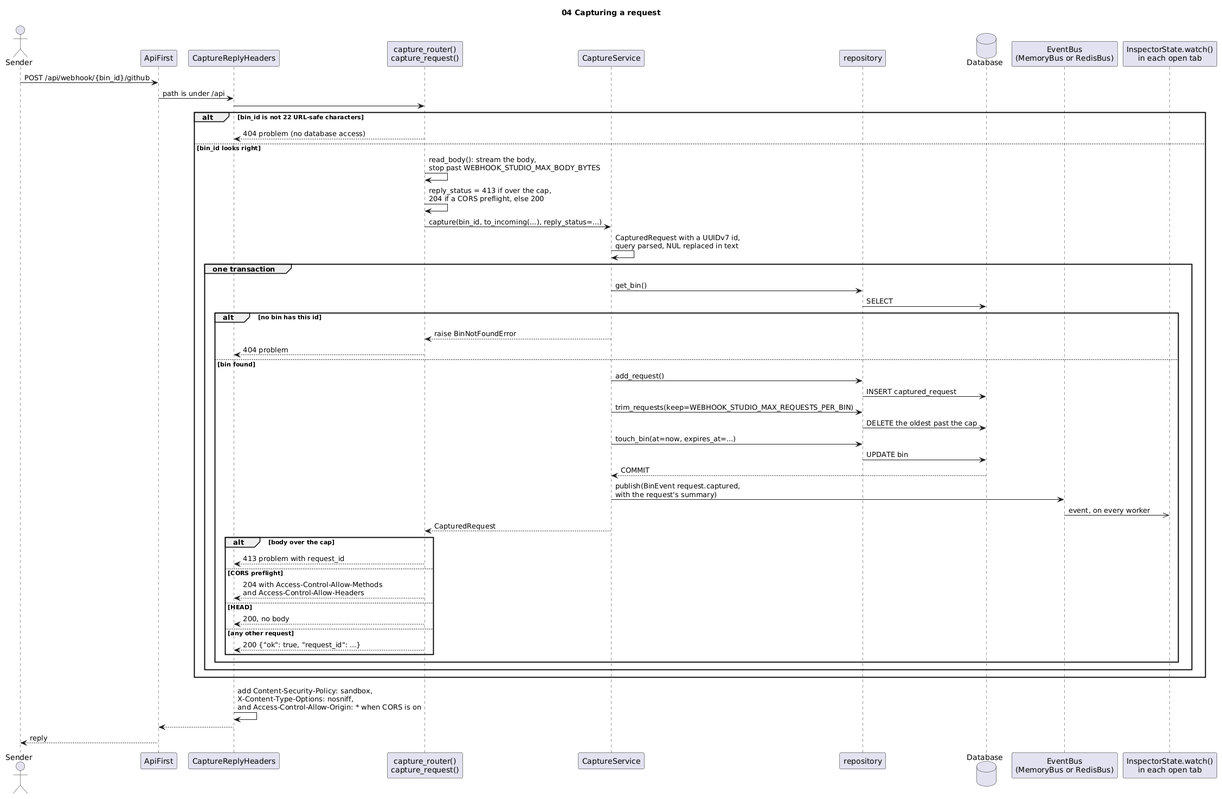
Above: docs/diagrams/04-seq-capture.png in Nikhil-Raphy/reflex-fastapi-webhook-studio (PlantUML), before the change. Source of this version:
```plantuml
@startuml 04-seq-capture
title 04 Capturing a request

actor "Sender" as sender
participant "ApiFirst" as first
participant "CaptureReplyHeaders" as headers
participant "capture_router()\ncapture_request()" as route
participant "CaptureService" as service
participant "repository" as repo
database "Database" as db
participant "EventBus\n(MemoryBus or RedisBus)" as bus
participant "InspectorState.watch()\nin each open tab" as watch

sender -> first : POST /api/webhook/{bin_id}/github
first -> headers : path is under /api
headers -> route

alt bin_id is not 22 URL-safe characters
  route --> headers : 404 problem (no database access)
else bin_id looks right
  route -> route : read_body(): stream the body,\nstop past WEBHOOK_STUDIO_MAX_BODY_BYTES
  route -> route : reply_status = 413 if over the cap,\n204 if a CORS preflight, else 200
  route -> service : capture(bin_id, to_incoming(...), reply_status=...)
  service -> service : CapturedRequest with a UUIDv7 id,\nquery parsed, NUL replaced in text
  group one transaction
    service -> repo : get_bin()
    repo -> db : SELECT
    alt no bin has this id
      service --> route : raise BinNotFoundError
      route --> headers : 404 problem
    else bin found
      service -> repo : add_request()
      repo -> db : INSERT captured_request
      service -> repo : trim_requests(keep=WEBHOOK_STUDIO_MAX_REQUESTS_PER_BIN)
      repo -> db : DELETE the oldest past the cap
      service -> repo : touch_bin(at=now, expires_at=...)
      repo -> db : UPDATE bin
      db --> service : COMMIT
      service -> bus : publish(BinEvent request.captured,\nwith the request's summary)
      bus ->> watch : event, on every worker
      service --> route : CapturedRequest
      alt body over the cap
        route --> headers : 413 problem with request_id
      else CORS preflight
        route --> headers : 204 with Access-Control-Allow-Methods\nand Access-Control-Allow-Headers
      else HEAD
        route --> headers : 200, no body
      else any other request
        route --> headers : 200 {"ok": true, "request_id": ...}
      end
    end
  end
end

headers -> headers : add Content-Security-Policy: sandbox,\nX-Content-Type-Options: nosniff,\nand Access-Control-Allow-Origin: * when CORS is on
headers --> first
first --> sender : reply
@enduml
```
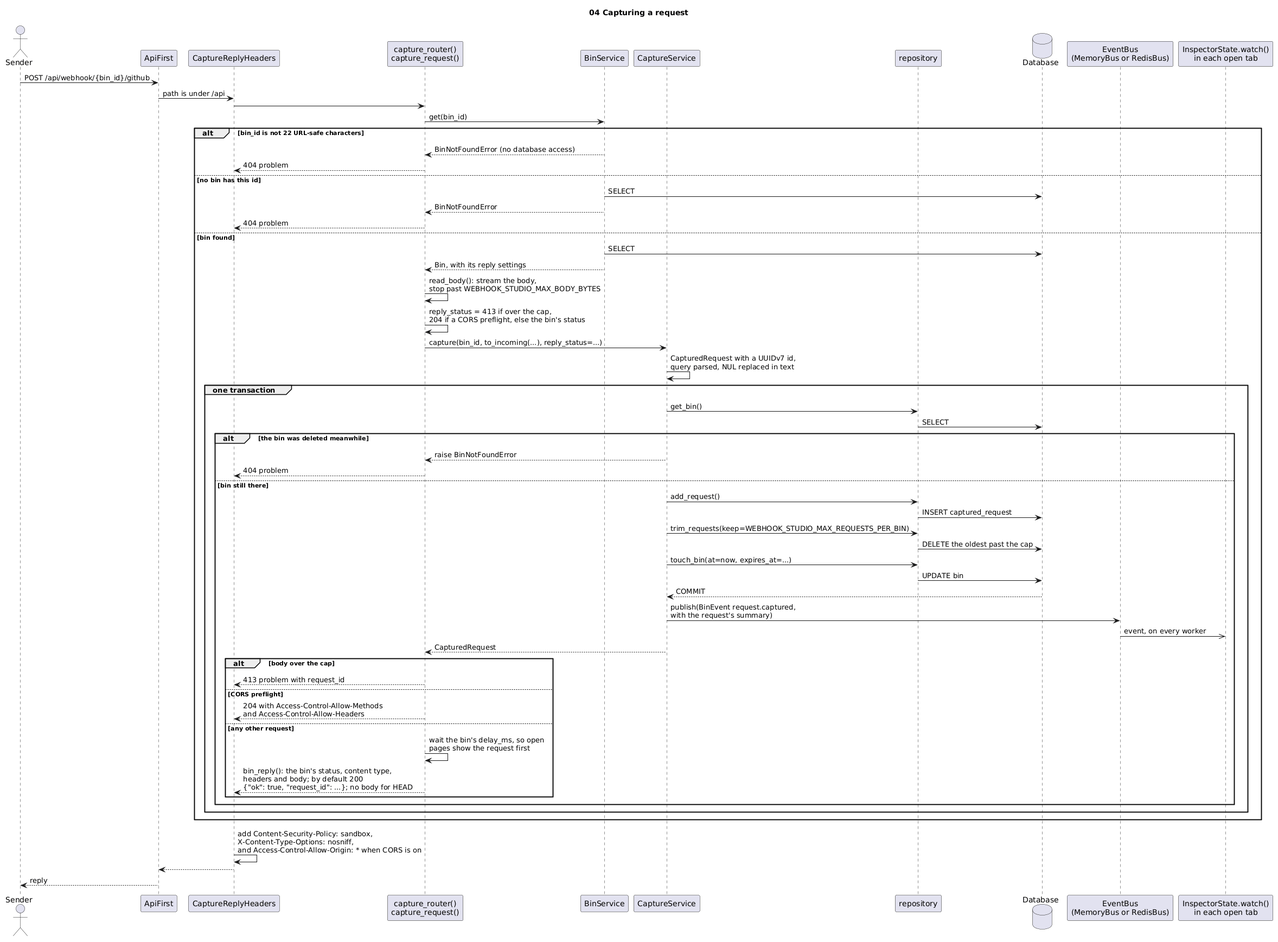
Later version of the same file.

Change to the diagram source:
```diff
@@ -5,6 +5,7 @@
 participant "ApiFirst" as first
 participant "CaptureReplyHeaders" as headers
 participant "capture_router()\ncapture_request()" as route
+participant "BinService" as bins
 participant "CaptureService" as service
 participant "repository" as repo
 database "Database" as db
@@ -15,20 +16,28 @@
 first -> headers : path is under /api
 headers -> route
 
+route -> bins : get(bin_id)
 alt bin_id is not 22 URL-safe characters
-  route --> headers : 404 problem (no database access)
-else bin_id looks right
+  bins --> route : BinNotFoundError (no database access)
+  route --> headers : 404 problem
+else no bin has this id
+  bins -> db : SELECT
+  bins --> route : BinNotFoundError
+  route --> headers : 404 problem
+else bin found
+  bins -> db : SELECT
+  bins --> route : Bin, with its reply settings
   route -> route : read_body(): stream the body,\nstop past WEBHOOK_STUDIO_MAX_BODY_BYTES
-  route -> route : reply_status = 413 if over the cap,\n204 if a CORS preflight, else 200
+  route -> route : reply_status = 413 if over the cap,\n204 if a CORS preflight, else the bin's status
   route -> service : capture(bin_id, to_incoming(...), reply_status=...)
   service -> service : CapturedRequest with a UUIDv7 id,\nquery parsed, NUL replaced in text
   group one transaction
     service -> repo : get_bin()
     repo -> db : SELECT
-    alt no bin has this id
+    alt the bin was deleted meanwhile
       service --> route : raise BinNotFoundError
       route --> headers : 404 problem
-    else bin found
+    else bin still there
       service -> repo : add_request()
       repo -> db : INSERT captured_request
       service -> repo : trim_requests(keep=WEBHOOK_STUDIO_MAX_REQUESTS_PER_BIN)
@@ -43,10 +52,9 @@
         route --> headers : 413 problem with request_id
       else CORS preflight
         route --> headers : 204 with Access-Control-Allow-Methods\nand Access-Control-Allow-Headers
-      else HEAD
-        route --> headers : 200, no body
       else any other request
-        route --> headers : 200 {"ok": true, "request_id": ...}
+        route -> route : wait the bin's delay_ms, so open\npages show the request first
+        route --> headers : bin_reply(): the bin's status, content type,\nheaders and body; by default 200\n{"ok": true, "request_id": ...}; no body for HEAD
       end
     end
   end
```
